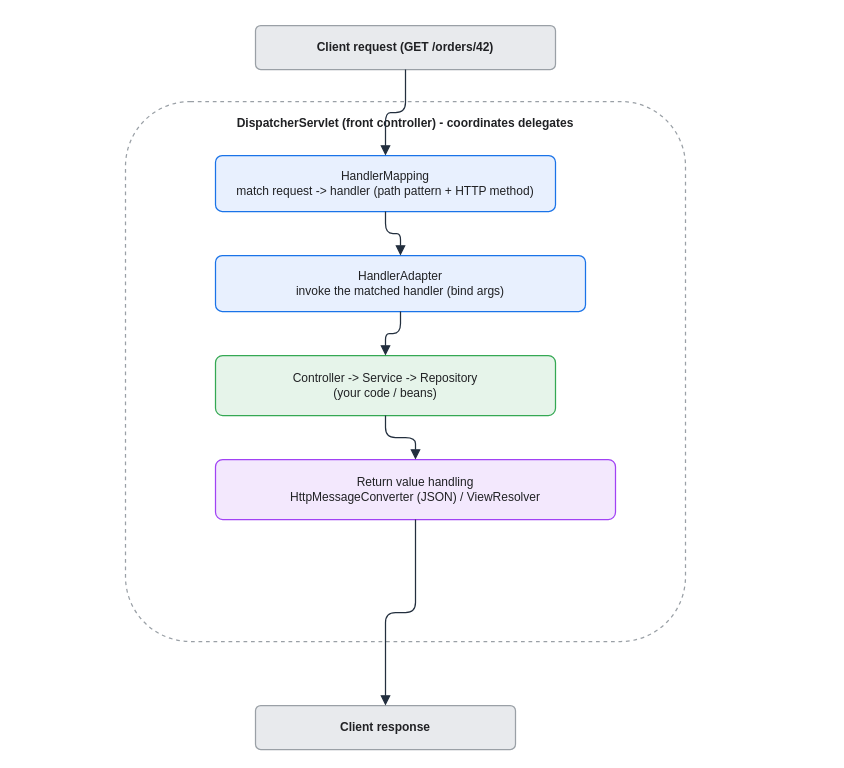
KKamJi98/kkamji98.github.io keeps this draw.io diagram as assets/img/spring/spring-05-dispatcherservlet-sequence.drawio. Above is the earlier version. Source tidied: cells renumbered, new cells numbered last; positions are measured from the earlier drawing's top-left corner, leaving out a move shared by most shapes. Both pictures are drawn from the tidied source at 100%, with x=0, y=0 at pixel (125, 25).
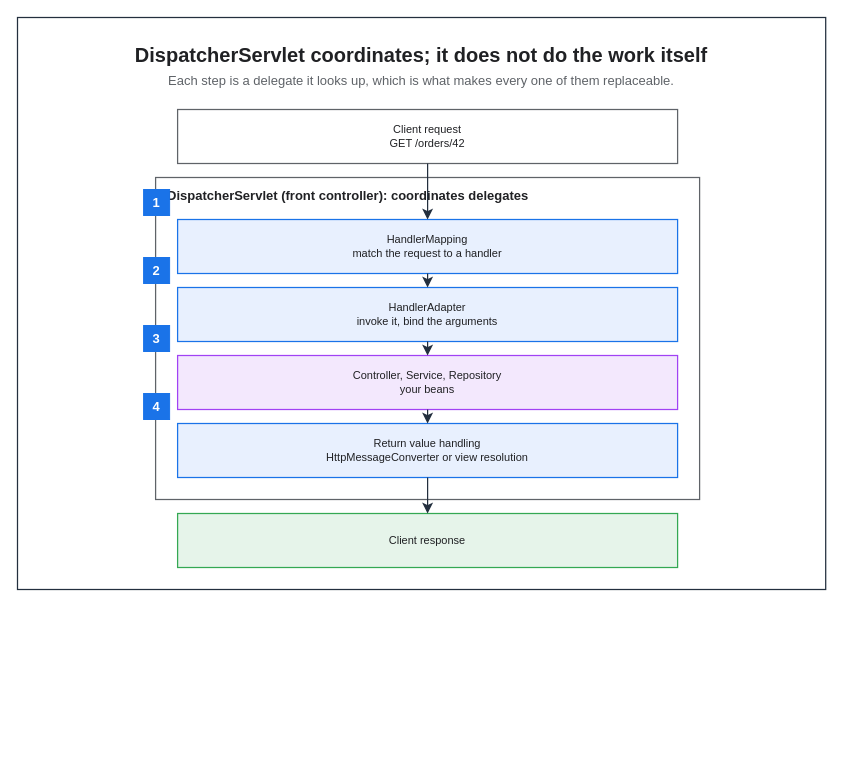
The same page after the edit.

Diff of the diagram source:
```diff
@@
+    <mxCell id="14" style="rounded=0;html=0;fillColor=none;strokeColor=#232F3E;fontColor=#202124;strokeWidth=1.25;" parent="1" vertex="1">
+      <mxGeometry x="-108" y="-8" width="808.2" height="572" as="geometry" />
+    </mxCell>
+    <mxCell id="15" value="DispatcherServlet coordinates; it does not do the work itself" style="text;html=0;whiteSpace=wrap;fillColor=none;strokeColor=none;fontColor=#202124;fontSize=20;fontStyle=1;align=center;verticalAlign=middle;" parent="1" vertex="1">
+      <mxGeometry x="-86" y="14" width="764.2" height="30" as="geometry" />
+    </mxCell>
+    <mxCell id="16" value="Each step is a delegate it looks up, which is what makes every one of them replaceable." style="text;html=0;whiteSpace=wrap;fillColor=none;strokeColor=none;fontColor=#5F6368;fontSize=13;fontStyle=0;align=center;verticalAlign=middle;" parent="1" vertex="1">
+      <mxGeometry x="-86" y="44" width="764.2" height="22" as="geometry" />
+    </mxCell>
-    <mxCell id="2" value="DispatcherServlet (front controller) - coordinates delegates" style="rounded=1;whiteSpace=wrap;html=0;arcSize=12;shadow=0;fillColor=#FFFFFF;strokeColor=#9AA0A6;fontColor=#202124;fontStyle=1;verticalAlign=top;align=center;dashed=1;spacingTop=8;strokeWidth=1.25;" parent="1" vertex="1">
-      <mxGeometry y="76" width="560" height="540" as="geometry" />
+    <mxCell id="2" value="DispatcherServlet (front controller): coordinates delegates" style="rounded=0;whiteSpace=wrap;html=0;fillColor=none;strokeColor=#5F6368;fontColor=#202124;fontSize=13;fontStyle=1;align=left;verticalAlign=top;spacingLeft=10;spacingTop=4;strokeWidth=1.25;dashed=0;" parent="1" vertex="1">
+      <mxGeometry x="30.1" y="152" width="544" height="322" as="geometry" />
     </mxCell>
-    <mxCell id="3" value="Client request (GET /orders/42)" style="rounded=1;whiteSpace=wrap;html=0;arcSize=12;shadow=0;fillColor=#E8EAED;strokeColor=#9AA0A6;fontColor=#202124;fontStyle=1;strokeWidth=1.25;" parent="1" vertex="1">
-      <mxGeometry x="130" width="300" height="44" as="geometry" />
+    <mxCell id="3" value="Client request&#10;GET /orders/42" style="rounded=0;whiteSpace=wrap;html=0;fillColor=#FFFFFF;strokeColor=#5F6368;fontColor=#202124;fontSize=11;fontStyle=0;align=center;verticalAlign=middle;spacingLeft=6;spacingRight=6;strokeWidth=1.25;" parent="1" vertex="1">
+      <mxGeometry x="52.1" y="84" width="500" height="54" as="geometry" />
     </mxCell>
-    <mxCell id="4" value="HandlerMapping&#10;match request -&gt; handler (path pattern + HTTP method)" style="rounded=1;whiteSpace=wrap;html=0;arcSize=12;shadow=0;fillColor=#E8F0FE;strokeColor=#1A73E8;fontColor=#202124;strokeWidth=1.25;" parent="1" vertex="1">
-      <mxGeometry x="90" y="130" width="340" height="56" as="geometry" />
+    <mxCell id="4" value="HandlerMapping&#10;match the request to a handler" style="rounded=0;whiteSpace=wrap;html=0;fillColor=#E8F0FE;strokeColor=#1A73E8;fontColor=#202124;fontSize=11;fontStyle=0;align=center;verticalAlign=middle;spacingLeft=6;spacingRight=6;strokeWidth=1.25;" parent="1" vertex="1">
+      <mxGeometry x="52.1" y="194" width="500" height="54" as="geometry" />
     </mxCell>
-    <mxCell id="5" value="HandlerAdapter&#10;invoke the matched handler (bind args)" style="rounded=1;whiteSpace=wrap;html=0;arcSize=12;shadow=0;fillColor=#E8F0FE;strokeColor=#1A73E8;fontColor=#202124;strokeWidth=1.25;" parent="1" vertex="1">
-      <mxGeometry x="90" y="230" width="370" height="56" as="geometry" />
+    <mxCell id="5" value="HandlerAdapter&#10;invoke it, bind the arguments" style="rounded=0;whiteSpace=wrap;html=0;fillColor=#E8F0FE;strokeColor=#1A73E8;fontColor=#202124;fontSize=11;fontStyle=0;align=center;verticalAlign=middle;spacingLeft=6;spacingRight=6;strokeWidth=1.25;" parent="1" vertex="1">
+      <mxGeometry x="52.1" y="262" width="500" height="54" as="geometry" />
     </mxCell>
-    <mxCell id="6" value="Controller -&gt; Service -&gt; Repository&#10;(your code / beans)" style="rounded=1;whiteSpace=wrap;html=0;arcSize=12;shadow=0;fillColor=#E6F4EA;strokeColor=#34A853;fontColor=#202124;strokeWidth=1.25;" parent="1" vertex="1">
-      <mxGeometry x="90" y="330" width="340" height="60" as="geometry" />
+    <mxCell id="6" value="Controller, Service, Repository&#10;your beans" style="rounded=0;whiteSpace=wrap;html=0;fillColor=#F3E8FD;strokeColor=#A142F4;fontColor=#202124;fontSize=11;fontStyle=0;align=center;verticalAlign=middle;spacingLeft=6;spacingRight=6;strokeWidth=1.25;" parent="1" vertex="1">
+      <mxGeometry x="52.1" y="330" width="500" height="54" as="geometry" />
     </mxCell>
-    <mxCell id="7" value="Return value handling&#10;HttpMessageConverter (JSON) / ViewResolver" style="rounded=1;whiteSpace=wrap;html=0;arcSize=12;shadow=0;fillColor=#F3E8FD;strokeColor=#A142F4;fontColor=#202124;strokeWidth=1.25;" parent="1" vertex="1">
-      <mxGeometry x="90" y="434" width="400" height="60" as="geometry" />
+    <mxCell id="7" value="Return value handling&#10;HttpMessageConverter or view resolution" style="rounded=0;whiteSpace=wrap;html=0;fillColor=#E8F0FE;strokeColor=#1A73E8;fontColor=#202124;fontSize=11;fontStyle=0;align=center;verticalAlign=middle;spacingLeft=6;spacingRight=6;strokeWidth=1.25;" parent="1" vertex="1">
+      <mxGeometry x="52.1" y="398" width="500" height="54" as="geometry" />
     </mxCell>
-    <mxCell id="8" value="Client response" style="rounded=1;whiteSpace=wrap;html=0;arcSize=12;shadow=0;fillColor=#E8EAED;strokeColor=#9AA0A6;fontColor=#202124;fontStyle=1;strokeWidth=1.25;" parent="1" vertex="1">
-      <mxGeometry x="130" y="680" width="260" height="44" as="geometry" />
+    <mxCell id="8" value="Client response" style="rounded=0;whiteSpace=wrap;html=0;fillColor=#E6F4EA;strokeColor=#34A853;fontColor=#202124;fontSize=11;fontStyle=0;align=center;verticalAlign=middle;spacingLeft=6;spacingRight=6;strokeWidth=1.25;" parent="1" vertex="1">
+      <mxGeometry x="52.1" y="488" width="500" height="54" as="geometry" />
     </mxCell>
+    <mxCell id="17" value="1" style="rounded=0;whiteSpace=wrap;html=0;fillColor=#1A73E8;strokeColor=#1A73E8;fontColor=#FFFFFF;fontSize=13;fontStyle=1;align=center;verticalAlign=middle;" parent="1" vertex="1">
+      <mxGeometry x="18.1" y="164" width="26" height="26" as="geometry" />
+    </mxCell>
+    <mxCell id="18" value="2" style="rounded=0;whiteSpace=wrap;html=0;fillColor=#1A73E8;strokeColor=#1A73E8;fontColor=#FFFFFF;fontSize=13;fontStyle=1;align=center;verticalAlign=middle;" parent="1" vertex="1">
+      <mxGeometry x="18.1" y="232" width="26" height="26" as="geometry" />
+    </mxCell>
+    <mxCell id="19" value="3" style="rounded=0;whiteSpace=wrap;html=0;fillColor=#1A73E8;strokeColor=#1A73E8;fontColor=#FFFFFF;fontSize=13;fontStyle=1;align=center;verticalAlign=middle;" parent="1" vertex="1">
+      <mxGeometry x="18.1" y="300" width="26" height="26" as="geometry" />
+    </mxCell>
+    <mxCell id="20" value="4" style="rounded=0;whiteSpace=wrap;html=0;fillColor=#1A73E8;strokeColor=#1A73E8;fontColor=#FFFFFF;fontSize=13;fontStyle=1;align=center;verticalAlign=middle;" parent="1" vertex="1">
+      <mxGeometry x="18.1" y="368" width="26" height="26" as="geometry" />
+    </mxCell>
-    <mxCell id="9" style="edgeStyle=orthogonalEdgeStyle;rounded=1;html=0;fontColor=#202124;strokeColor=#232F3E;labelBackgroundColor=none;endArrow=block;exitX=0.5;exitY=1;exitDx=0;exitDy=0;entryX=0.5;entryY=0;entryDx=0;entryDy=0;strokeWidth=1.25;endSize=7;" parent="1" edge="1" source="3" target="4">
+    <mxCell id="9" style="edgeStyle=orthogonalEdgeStyle;rounded=0;html=0;strokeColor=#232F3E;strokeWidth=1.25;endArrow=classic;endFill=1;endSize=7;fontSize=11;fontColor=#202124;labelBackgroundColor=none;jettySize=14;exitX=0.5;exitY=1;entryX=0.5;entryY=0;exitDx=0;exitDy=0;entryDx=0;entryDy=0;" parent="1" edge="1" source="3" target="4">
       <mxGeometry relative="1" as="geometry" />
     </mxCell>
-    <mxCell id="10" style="edgeStyle=orthogonalEdgeStyle;rounded=1;html=0;fontColor=#202124;strokeColor=#232F3E;labelBackgroundColor=none;endArrow=block;exitX=0.5;exitY=1;exitDx=0;exitDy=0;entryX=0.5;entryY=0;entryDx=0;entryDy=0;strokeWidth=1.25;endSize=7;" parent="1" edge="1" source="4" target="5">
+    <mxCell id="10" style="edgeStyle=orthogonalEdgeStyle;rounded=0;html=0;strokeColor=#232F3E;strokeWidth=1.25;endArrow=classic;endFill=1;endSize=7;fontSize=11;fontColor=#202124;labelBackgroundColor=none;jettySize=14;exitX=0.5;exitY=1;entryX=0.5;entryY=0;exitDx=0;exitDy=0;entryDx=0;entryDy=0;" parent="1" edge="1" source="4" target="5">
       <mxGeometry relative="1" as="geometry" />
     </mxCell>
-    <mxCell id="11" style="edgeStyle=orthogonalEdgeStyle;rounded=1;html=0;fontColor=#202124;strokeColor=#232F3E;labelBackgroundColor=none;endArrow=block;exitX=0.5;exitY=1;exitDx=0;exitDy=0;entryX=0.5;entryY=0;entryDx=0;entryDy=0;strokeWidth=1.25;endSize=7;" parent="1" edge="1" source="5" target="6">
+    <mxCell id="11" style="edgeStyle=orthogonalEdgeStyle;rounded=0;html=0;strokeColor=#232F3E;strokeWidth=1.25;endArrow=classic;endFill=1;endSize=7;fontSize=11;fontColor=#202124;labelBackgroundColor=none;jettySize=14;exitX=0.5;exitY=1;entryX=0.5;entryY=0;exitDx=0;exitDy=0;entryDx=0;entryDy=0;" parent="1" edge="1" source="5" target="6">
       <mxGeometry relative="1" as="geometry" />
     </mxCell>
-    <mxCell id="12" style="edgeStyle=orthogonalEdgeStyle;rounded=1;html=0;fontColor=#202124;strokeColor=#232F3E;labelBackgroundColor=none;endArrow=block;exitX=0.5;exitY=1;exitDx=0;exitDy=0;entryX=0.5;entryY=0;entryDx=0;entryDy=0;strokeWidth=1.25;endSize=7;" parent="1" edge="1" source="6" target="7">
+    <mxCell id="12" style="edgeStyle=orthogonalEdgeStyle;rounded=0;html=0;strokeColor=#232F3E;strokeWidth=1.25;endArrow=classic;endFill=1;endSize=7;fontSize=11;fontColor=#202124;labelBackgroundColor=none;jettySize=14;exitX=0.5;exitY=1;entryX=0.5;entryY=0;exitDx=0;exitDy=0;entryDx=0;entryDy=0;" parent="1" edge="1" source="6" target="7">
       <mxGeometry relative="1" as="geometry" />
     </mxCell>
-    <mxCell id="13" style="edgeStyle=orthogonalEdgeStyle;rounded=1;html=0;fontColor=#202124;strokeColor=#232F3E;labelBackgroundColor=none;endArrow=block;exitX=0.5;exitY=1;exitDx=0;exitDy=0;entryX=0.5;entryY=0;entryDx=0;entryDy=0;strokeWidth=1.25;endSize=7;" parent="1" edge="1" source="7" target="8">
+    <mxCell id="13" style="edgeStyle=orthogonalEdgeStyle;rounded=0;html=0;strokeColor=#232F3E;strokeWidth=1.25;endArrow=classic;endFill=1;endSize=7;fontSize=11;fontColor=#202124;labelBackgroundColor=none;jettySize=14;exitX=0.5;exitY=1;entryX=0.5;entryY=0;exitDx=0;exitDy=0;entryDx=0;entryDy=0;" parent="1" edge="1" source="7" target="8">
       <mxGeometry relative="1" as="geometry" />
     </mxCell>
```
